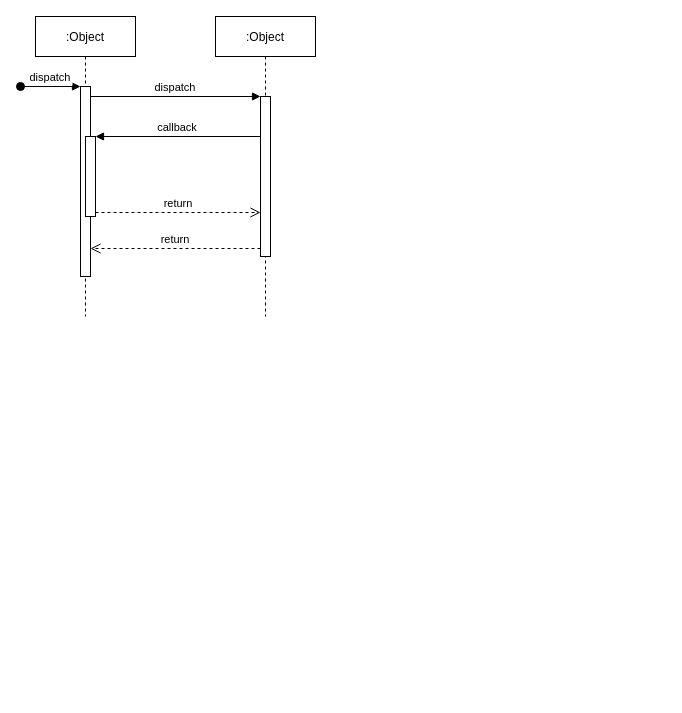
Before: fe-version-solution.drawio in kumalee/drawio, a draw.io diagram. Source tidied: cells renumbered, new cells numbered last; positions are measured from the earlier drawing's top-left corner, leaving out a move shared by most shapes. Both pictures are drawn from the tidied source at 100%, with x=0, y=0 at pixel (20, 16).
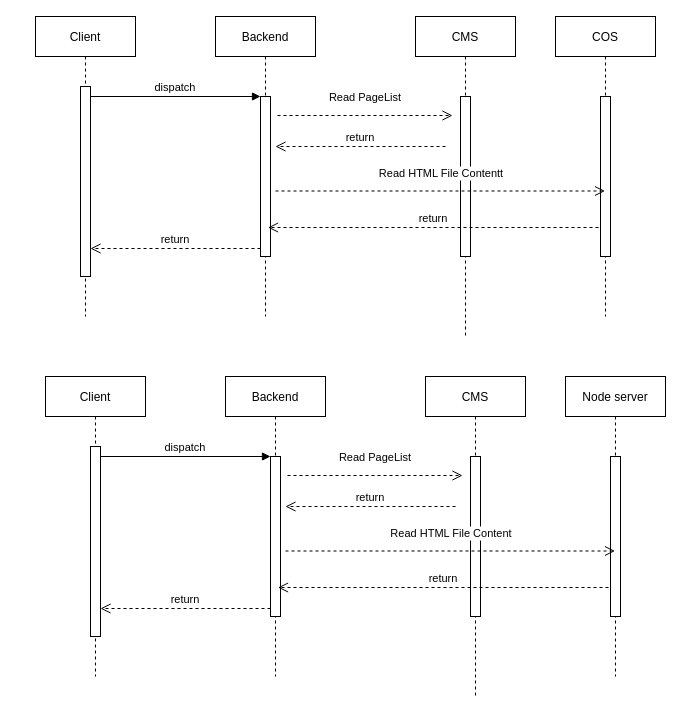
The same page after the edit.

Unchanged cells that the change refers to:
```xml
<mxCell id="3" style="points=[];perimeter=orthogonalPerimeter;rounded=0;shadow=0;strokeWidth=1;" parent="2" vertex="1">
  <mxGeometry x="45" y="70" width="10" height="190" as="geometry" />
</mxCell>
<mxCell id="7" style="points=[];perimeter=orthogonalPerimeter;rounded=0;shadow=0;strokeWidth=1;" parent="6" vertex="1">
  <mxGeometry x="45" y="80" width="10" height="160" as="geometry" />
</mxCell>
```

Change to the diagram source:
```diff
@@
-    <mxCell id="2" value=":Object" style="shape=umlLifeline;perimeter=lifelinePerimeter;rounded=0;shadow=0;strokeWidth=1;" parent="1" vertex="1">
+    <mxCell id="2" value="Client" style="shape=umlLifeline;perimeter=lifelinePerimeter;rounded=0;shadow=0;strokeWidth=1;" parent="1" vertex="1">
       <mxGeometry x="15" width="100" height="300" as="geometry" />
     </mxCell>
@@
-    <mxCell id="4" value="dispatch" style="verticalAlign=bottom;startArrow=oval;endArrow=block;startSize=8;shadow=0;strokeWidth=1;" parent="2" edge="1" target="3">
-      <mxGeometry relative="1" as="geometry">
-        <mxPoint x="-15" y="70" as="sourcePoint" />
-      </mxGeometry>
-    </mxCell>
-    <mxCell id="5" style="points=[];perimeter=orthogonalPerimeter;rounded=0;shadow=0;strokeWidth=1;" parent="2" vertex="1">
-      <mxGeometry x="50" y="120" width="10" height="80" as="geometry" />
-    </mxCell>
-    <mxCell id="6" value=":Object" style="shape=umlLifeline;perimeter=lifelinePerimeter;rounded=0;shadow=0;strokeWidth=1;" parent="1" vertex="1">
+    <mxCell id="6" value="Backend" style="shape=umlLifeline;perimeter=lifelinePerimeter;rounded=0;shadow=0;strokeWidth=1;" parent="1" vertex="1">
       <mxGeometry x="195" width="100" height="300" as="geometry" />
     </mxCell>
@@
-    <mxCell id="10" value="callback" style="verticalAlign=bottom;endArrow=block;entryX=1;entryY=0;shadow=0;strokeWidth=1;" parent="1" edge="1" source="7" target="5">
-      <mxGeometry relative="1" as="geometry" />
-    </mxCell>
-    <mxCell id="11" value="return" style="verticalAlign=bottom;endArrow=open;dashed=1;endSize=8;exitX=1;exitY=0.95;shadow=0;strokeWidth=1;" parent="1" edge="1" source="5" target="7">
-      <mxGeometry relative="1" as="geometry" />
-    </mxCell>
+    <mxCell id="12" value="CMS" style="shape=umlLifeline;perimeter=lifelinePerimeter;rounded=0;shadow=0;strokeWidth=1;" parent="1" vertex="1">
+      <mxGeometry x="395" width="100" height="320" as="geometry" />
+    </mxCell>
+    <mxCell id="13" style="perimeter=orthogonalPerimeter;rounded=0;shadow=0;strokeWidth=1;" parent="12" vertex="1">
+      <mxGeometry x="45" y="80" width="10" height="160" as="geometry" />
+    </mxCell>
+    <mxCell id="14" value="COS" style="shape=umlLifeline;perimeter=lifelinePerimeter;rounded=0;shadow=0;strokeWidth=1;" parent="1" vertex="1">
+      <mxGeometry x="535" width="100" height="300" as="geometry" />
+    </mxCell>
+    <mxCell id="15" style="perimeter=orthogonalPerimeter;rounded=0;shadow=0;strokeWidth=1;" parent="14" vertex="1">
+      <mxGeometry x="45" y="80" width="10" height="160" as="geometry" />
+    </mxCell>
+    <mxCell id="16" value="Read PageList" style="verticalAlign=bottom;endArrow=open;dashed=1;endSize=8;shadow=0;strokeWidth=1;entryX=0;entryY=0.119;entryDx=0;entryDy=0;entryPerimeter=0;" parent="1" edge="1">
+      <mxGeometry x="0.01" y="9" relative="1" as="geometry">
+        <mxPoint x="257" y="99" as="sourcePoint" />
+        <mxPoint x="432" y="99" as="targetPoint" />
+      </mxGeometry>
+    </mxCell>
+    <mxCell id="17" value="Read HTML File Contentt" style="verticalAlign=bottom;endArrow=open;dashed=1;endSize=8;shadow=0;strokeWidth=1;" parent="1" edge="1">
+      <mxGeometry x="0.01" y="9" relative="1" as="geometry">
+        <mxPoint x="255" y="174.5" as="sourcePoint" />
+        <mxPoint x="584.5" y="174.5" as="targetPoint" />
+      </mxGeometry>
+    </mxCell>
+    <mxCell id="18" value="return" style="verticalAlign=bottom;endArrow=open;dashed=1;endSize=8;exitX=0;exitY=0.95;shadow=0;strokeWidth=1;" parent="1" edge="1">
+      <mxGeometry relative="1" as="geometry">
+        <mxPoint x="578" y="211" as="sourcePoint" />
+        <mxPoint x="247.5" y="211" as="targetPoint" />
+      </mxGeometry>
+    </mxCell>
+    <mxCell id="19" value="return" style="verticalAlign=bottom;endArrow=open;dashed=1;endSize=8;exitX=0;exitY=0.95;shadow=0;strokeWidth=1;" parent="1" edge="1">
+      <mxGeometry relative="1" as="geometry">
+        <mxPoint x="425" y="130" as="sourcePoint" />
+        <mxPoint x="255" y="130" as="targetPoint" />
+      </mxGeometry>
+    </mxCell>
+    <mxCell id="20" value="Client" style="shape=umlLifeline;perimeter=lifelinePerimeter;rounded=0;shadow=0;strokeWidth=1;" parent="1" vertex="1">
+      <mxGeometry x="25" y="360" width="100" height="300" as="geometry" />
+    </mxCell>
+    <mxCell id="21" style="points=[];perimeter=orthogonalPerimeter;rounded=0;shadow=0;strokeWidth=1;" parent="20" vertex="1">
+      <mxGeometry x="45" y="70" width="10" height="190" as="geometry" />
+    </mxCell>
+    <mxCell id="22" value="Backend" style="shape=umlLifeline;perimeter=lifelinePerimeter;rounded=0;shadow=0;strokeWidth=1;" parent="1" vertex="1">
+      <mxGeometry x="205" y="360" width="100" height="300" as="geometry" />
+    </mxCell>
+    <mxCell id="23" style="points=[];perimeter=orthogonalPerimeter;rounded=0;shadow=0;strokeWidth=1;" parent="22" vertex="1">
+      <mxGeometry x="45" y="80" width="10" height="160" as="geometry" />
+    </mxCell>
+    <mxCell id="24" value="return" style="verticalAlign=bottom;endArrow=open;dashed=1;endSize=8;exitX=0;exitY=0.95;shadow=0;strokeWidth=1;" parent="1" edge="1" source="23" target="21">
+      <mxGeometry relative="1" as="geometry" />
+    </mxCell>
+    <mxCell id="4" value="dispatch" style="verticalAlign=bottom;endArrow=block;entryX=0;entryY=0;shadow=0;strokeWidth=1;" parent="1" edge="1" source="21" target="23">
+      <mxGeometry relative="1" as="geometry" />
+    </mxCell>
+    <mxCell id="25" value="CMS" style="shape=umlLifeline;perimeter=lifelinePerimeter;rounded=0;shadow=0;strokeWidth=1;" parent="1" vertex="1">
+      <mxGeometry x="405" y="360" width="100" height="320" as="geometry" />
+    </mxCell>
+    <mxCell id="26" style="perimeter=orthogonalPerimeter;rounded=0;shadow=0;strokeWidth=1;" parent="25" vertex="1">
+      <mxGeometry x="45" y="80" width="10" height="160" as="geometry" />
+    </mxCell>
+    <mxCell id="27" value="Node server" style="shape=umlLifeline;perimeter=lifelinePerimeter;rounded=0;shadow=0;strokeWidth=1;" parent="1" vertex="1">
+      <mxGeometry x="545" y="360" width="100" height="300" as="geometry" />
+    </mxCell>
+    <mxCell id="28" style="perimeter=orthogonalPerimeter;rounded=0;shadow=0;strokeWidth=1;" parent="27" vertex="1">
+      <mxGeometry x="45" y="80" width="10" height="160" as="geometry" />
+    </mxCell>
+    <mxCell id="29" value="Read PageList" style="verticalAlign=bottom;endArrow=open;dashed=1;endSize=8;shadow=0;strokeWidth=1;entryX=0;entryY=0.119;entryDx=0;entryDy=0;entryPerimeter=0;" parent="1" edge="1">
+      <mxGeometry x="0.01" y="9" relative="1" as="geometry">
+        <mxPoint x="267" y="459" as="sourcePoint" />
+        <mxPoint x="442" y="459" as="targetPoint" />
+      </mxGeometry>
+    </mxCell>
+    <mxCell id="30" value="Read HTML File Content" style="verticalAlign=bottom;endArrow=open;dashed=1;endSize=8;shadow=0;strokeWidth=1;" parent="1" edge="1">
+      <mxGeometry x="0.01" y="9" relative="1" as="geometry">
+        <mxPoint x="265" y="534.5" as="sourcePoint" />
+        <mxPoint x="594.5" y="534.5" as="targetPoint" />
+      </mxGeometry>
+    </mxCell>
+    <mxCell id="31" value="return" style="verticalAlign=bottom;endArrow=open;dashed=1;endSize=8;exitX=0;exitY=0.95;shadow=0;strokeWidth=1;" parent="1" edge="1">
+      <mxGeometry relative="1" as="geometry">
+        <mxPoint x="588" y="571" as="sourcePoint" />
+        <mxPoint x="257.5" y="571" as="targetPoint" />
+      </mxGeometry>
+    </mxCell>
+    <mxCell id="32" value="return" style="verticalAlign=bottom;endArrow=open;dashed=1;endSize=8;exitX=0;exitY=0.95;shadow=0;strokeWidth=1;" parent="1" edge="1">
+      <mxGeometry relative="1" as="geometry">
+        <mxPoint x="435" y="490" as="sourcePoint" />
+        <mxPoint x="265" y="490" as="targetPoint" />
+      </mxGeometry>
+    </mxCell>
```
